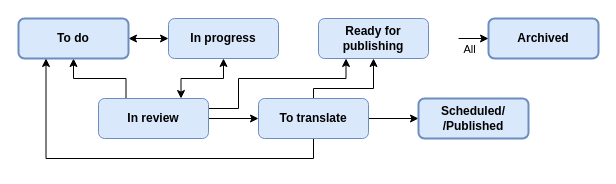
Above: team/workflows/workflow_activity_based.drawio in Kontent-ai-Learn/kontent-ai-learn-diagrams (draw.io), before the change. Source tidied: cells renumbered, new cells numbered last; positions are measured from the earlier drawing's top-left corner, leaving out a move shared by most shapes. Both pictures are drawn from the tidied source at 100%, with x=0, y=0 at pixel (18, 18).
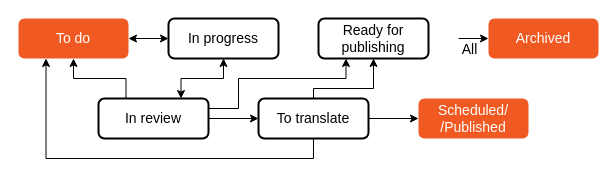
Above is the later version.

Commit message:
Apply Kontent styles to workflow_activity_based.drawio

The edit, as a diff of the source:
```diff
@@
-    <mxCell id="2" style="edgeStyle=orthogonalEdgeStyle;rounded=0;jettySize=auto;html=1;entryX=0;entryY=0.5;entryDx=0;entryDy=0;startArrow=classic;startFill=1;" parent="1" edge="1" source="4" target="6">
+    <mxCell id="2" style="edgeStyle=orthogonalEdgeStyle;rounded=0;jettySize=auto;html=1;entryX=0;entryY=0.5;entryDx=0;entryDy=0;startArrow=classic;startFill=1;fontFamily=GT Walsheim;fontStyle=0;fontSize=14;" parent="1" edge="1" source="4" target="6">
       <mxGeometry relative="1" as="geometry" />
     </mxCell>
-    <mxCell id="3" style="edgeStyle=orthogonalEdgeStyle;rounded=0;jettySize=auto;html=1;entryX=0.25;entryY=0;entryDx=0;entryDy=0;startArrow=classic;startFill=1;endArrow=none;endFill=0;" parent="1" edge="1" source="4" target="9">
+    <mxCell id="3" style="edgeStyle=orthogonalEdgeStyle;rounded=0;jettySize=auto;html=1;entryX=0.25;entryY=0;entryDx=0;entryDy=0;startArrow=classic;startFill=1;endArrow=none;endFill=0;fontFamily=GT Walsheim;fontStyle=0;fontSize=14;" parent="1" edge="1" source="4" target="9">
       <mxGeometry relative="1" as="geometry" />
     </mxCell>
-    <mxCell id="4" value="To do" style="rounded=1;whiteSpace=wrap;html=1;fillColor=#dae8fc;strokeColor=#6c8ebf;fontStyle=1;perimeterSpacing=0;shadow=0;glass=0;comic=0;strokeWidth=2;" parent="1" vertex="1">
+    <mxCell id="4" value="To do" style="rounded=1;whiteSpace=wrap;html=1;fillColor=#F05A22;strokeColor=none;fontStyle=0;perimeterSpacing=0;shadow=0;glass=0;comic=0;strokeWidth=2;fontFamily=GT Walsheim;fontSize=14;fontColor=#FFFFFF;" parent="1" vertex="1">
       <mxGeometry width="110" height="40" as="geometry" />
     </mxCell>
-    <mxCell id="5" style="edgeStyle=orthogonalEdgeStyle;rounded=0;jettySize=auto;html=1;entryX=0.75;entryY=0;entryDx=0;entryDy=0;startArrow=classic;startFill=1;endArrow=classic;endFill=1;" parent="1" edge="1" source="6" target="9">
+    <mxCell id="5" style="edgeStyle=orthogonalEdgeStyle;rounded=0;jettySize=auto;html=1;entryX=0.75;entryY=0;entryDx=0;entryDy=0;startArrow=classic;startFill=1;endArrow=classic;endFill=1;fontFamily=GT Walsheim;fontStyle=0;fontSize=14;" parent="1" edge="1" source="6" target="9">
       <mxGeometry relative="1" as="geometry" />
     </mxCell>
-    <mxCell id="6" value="In progress" style="rounded=1;whiteSpace=wrap;html=1;fillColor=#dae8fc;strokeColor=#6c8ebf;fontStyle=1;" parent="1" vertex="1">
+    <mxCell id="6" value="In progress" style="rounded=1;whiteSpace=wrap;html=1;fillColor=none;strokeColor=#000000;fontStyle=0;fontFamily=GT Walsheim;fontSize=14;strokeWidth=2;" parent="1" vertex="1">
       <mxGeometry x="150" width="110" height="40" as="geometry" />
     </mxCell>
-    <mxCell id="7" style="edgeStyle=orthogonalEdgeStyle;rounded=0;jettySize=auto;html=1;entryX=0;entryY=0.5;entryDx=0;entryDy=0;startArrow=none;startFill=0;endArrow=classic;endFill=1;" parent="1" edge="1" source="9" target="13">
+    <mxCell id="7" style="edgeStyle=orthogonalEdgeStyle;rounded=0;jettySize=auto;html=1;entryX=0;entryY=0.5;entryDx=0;entryDy=0;startArrow=none;startFill=0;endArrow=classic;endFill=1;fontFamily=GT Walsheim;fontStyle=0;fontSize=14;" parent="1" edge="1" source="9" target="13">
       <mxGeometry relative="1" as="geometry" />
     </mxCell>
-    <mxCell id="8" style="edgeStyle=orthogonalEdgeStyle;rounded=0;jettySize=auto;html=1;entryX=0.25;entryY=1;entryDx=0;entryDy=0;startArrow=none;startFill=0;endArrow=classic;endFill=1;" parent="1" edge="1" target="14">
+    <mxCell id="8" style="edgeStyle=orthogonalEdgeStyle;rounded=0;jettySize=auto;html=1;entryX=0.25;entryY=1;entryDx=0;entryDy=0;startArrow=none;startFill=0;endArrow=classic;endFill=1;fontFamily=GT Walsheim;fontStyle=0;fontSize=14;" parent="1" edge="1" target="14">
       <mxGeometry relative="1" as="geometry">
         <mxPoint x="190" y="90" as="sourcePoint" />
         <Array as="points">
           <mxPoint x="220" y="90" />
           <mxPoint x="220" y="60" />
           <mxPoint x="328" y="60" />
         </Array>
       </mxGeometry>
     </mxCell>
-    <mxCell id="9" value="In review" style="rounded=1;whiteSpace=wrap;html=1;fillColor=#dae8fc;strokeColor=#6c8ebf;fontStyle=1;" parent="1" vertex="1">
+    <mxCell id="9" value="In review" style="rounded=1;whiteSpace=wrap;html=1;fillColor=none;strokeColor=#000000;fontStyle=0;fontFamily=GT Walsheim;fontSize=14;strokeWidth=2;" parent="1" vertex="1">
       <mxGeometry x="80" y="80" width="110" height="40" as="geometry" />
     </mxCell>
-    <mxCell id="10" style="edgeStyle=orthogonalEdgeStyle;rounded=0;jettySize=auto;html=1;entryX=0.25;entryY=1;entryDx=0;entryDy=0;startArrow=none;startFill=0;endArrow=classic;endFill=1;" parent="1" edge="1" source="13" target="4">
+    <mxCell id="10" style="edgeStyle=orthogonalEdgeStyle;rounded=0;jettySize=auto;html=1;entryX=0.25;entryY=1;entryDx=0;entryDy=0;startArrow=none;startFill=0;endArrow=classic;endFill=1;fontFamily=GT Walsheim;fontStyle=0;fontSize=14;" parent="1" edge="1" source="13" target="4">
       <mxGeometry relative="1" as="geometry">
         <Array as="points">
           <mxPoint x="295" y="140" />
           <mxPoint x="28" y="140" />
         </Array>
       </mxGeometry>
     </mxCell>
-    <mxCell id="11" style="edgeStyle=orthogonalEdgeStyle;rounded=0;jettySize=auto;html=1;entryX=0.5;entryY=1;entryDx=0;entryDy=0;startArrow=none;startFill=0;endArrow=classic;endFill=1;" parent="1" edge="1" source="13" target="14">
+    <mxCell id="11" style="edgeStyle=orthogonalEdgeStyle;rounded=0;jettySize=auto;html=1;entryX=0.5;entryY=1;entryDx=0;entryDy=0;startArrow=none;startFill=0;endArrow=classic;endFill=1;fontFamily=GT Walsheim;fontStyle=0;fontSize=14;" parent="1" edge="1" source="13" target="14">
       <mxGeometry relative="1" as="geometry">
         <Array as="points">
           <mxPoint x="295" y="70" />
           <mxPoint x="355" y="70" />
         </Array>
       </mxGeometry>
     </mxCell>
-    <mxCell id="12" style="edgeStyle=orthogonalEdgeStyle;rounded=0;jettySize=auto;html=1;entryX=0;entryY=0.5;entryDx=0;entryDy=0;startArrow=none;startFill=0;endArrow=classic;endFill=1;" parent="1" edge="1" source="13" target="15">
+    <mxCell id="12" style="edgeStyle=orthogonalEdgeStyle;rounded=0;jettySize=auto;html=1;entryX=0;entryY=0.5;entryDx=0;entryDy=0;startArrow=none;startFill=0;endArrow=classic;endFill=1;fontFamily=GT Walsheim;fontStyle=0;fontSize=14;" parent="1" edge="1" source="13" target="15">
       <mxGeometry relative="1" as="geometry" />
     </mxCell>
-    <mxCell id="13" value="To translate" style="rounded=1;whiteSpace=wrap;html=1;fillColor=#dae8fc;strokeColor=#6c8ebf;fontStyle=1;" parent="1" vertex="1">
+    <mxCell id="13" value="To translate" style="rounded=1;whiteSpace=wrap;html=1;fillColor=none;strokeColor=#000000;fontStyle=0;fontFamily=GT Walsheim;fontSize=14;strokeWidth=2;" parent="1" vertex="1">
       <mxGeometry x="240" y="80" width="110" height="40" as="geometry" />
     </mxCell>
-    <mxCell id="14" value="Ready for publishing" style="rounded=1;whiteSpace=wrap;html=1;fillColor=#dae8fc;strokeColor=#6c8ebf;fontStyle=1;" parent="1" vertex="1">
+    <mxCell id="14" value="Ready for publishing" style="rounded=1;whiteSpace=wrap;html=1;fillColor=none;strokeColor=#000000;fontStyle=0;fontFamily=GT Walsheim;fontSize=14;strokeWidth=2;" parent="1" vertex="1">
       <mxGeometry x="300" width="110" height="40" as="geometry" />
     </mxCell>
-    <mxCell id="15" value="Scheduled/&lt;br&gt;/Published" style="rounded=1;whiteSpace=wrap;html=1;fillColor=#dae8fc;strokeColor=#6c8ebf;fontStyle=1;strokeWidth=2;" parent="1" vertex="1">
+    <mxCell id="15" value="Scheduled/&lt;br style=&quot;font-size: 14px;&quot;&gt;/Published" style="rounded=1;whiteSpace=wrap;html=1;fillColor=#F05A22;strokeColor=none;fontStyle=0;strokeWidth=2;fontFamily=GT Walsheim;fontSize=14;fontColor=#FFFFFF;" parent="1" vertex="1">
       <mxGeometry x="400" y="80" width="110" height="40" as="geometry" />
     </mxCell>
-    <mxCell id="16" style="group;" parent="1" vertex="1">
+    <mxCell id="16" style="group;fontFamily=GT Walsheim;fontStyle=0;fontSize=14;" parent="1" vertex="1">
       <mxGeometry x="440" width="140" height="40" as="geometry" />
     </mxCell>
-    <mxCell id="17" value="Archived" style="rounded=1;whiteSpace=wrap;html=1;fillColor=#dae8fc;strokeColor=#6c8ebf;fontStyle=1;strokeWidth=2;" parent="16" vertex="1">
+    <mxCell id="17" value="Archived" style="rounded=1;whiteSpace=wrap;html=1;fillColor=#F05A22;strokeColor=none;fontStyle=0;strokeWidth=2;fontFamily=GT Walsheim;fontSize=14;fontColor=#FFFFFF;" parent="16" vertex="1">
       <mxGeometry x="30" width="110" height="40" as="geometry" />
     </mxCell>
-    <mxCell id="18" style="edgeStyle=orthogonalEdgeStyle;rounded=0;jettySize=auto;html=1;entryX=0;entryY=0.5;entryDx=0;entryDy=0;" parent="16" edge="1" target="17">
+    <mxCell id="18" style="edgeStyle=orthogonalEdgeStyle;rounded=0;jettySize=auto;html=1;entryX=0;entryY=0.5;entryDx=0;entryDy=0;fontFamily=GT Walsheim;fontStyle=0;fontSize=14;" parent="16" edge="1" target="17">
       <mxGeometry relative="1" as="geometry">
         <mxPoint y="20" as="sourcePoint" />
       </mxGeometry>
     </mxCell>
-    <mxCell id="19" value="All" style="edgeLabel;html=1;align=center;verticalAlign=middle;" parent="18" vertex="1">
+    <mxCell id="19" value="All" style="edgeLabel;html=1;align=center;verticalAlign=middle;fontFamily=GT Walsheim;fontStyle=0;fontSize=14;" parent="18" vertex="1">
       <mxGeometry x="0.01" y="3" relative="1" as="geometry">
         <mxPoint x="-5" y="13" as="offset" />
       </mxGeometry>
     </mxCell>
```
